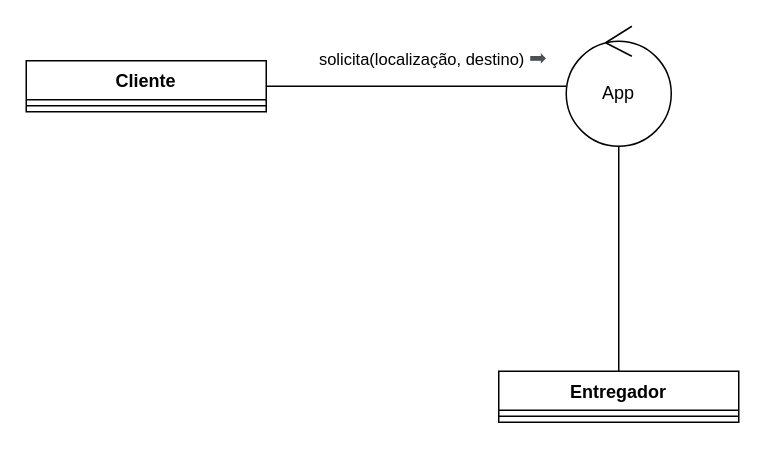
bruniculos08/SOFT003 keeps this draw.io diagram as Diagrama de Colaboração.drawio. Above is the earlier version. Source tidied: cells renumbered, new cells numbered last; positions are measured from the earlier drawing's top-left corner, leaving out a move shared by most shapes. Both pictures are drawn from the tidied source at 150%, with x=0, y=0 at pixel (26, 26).
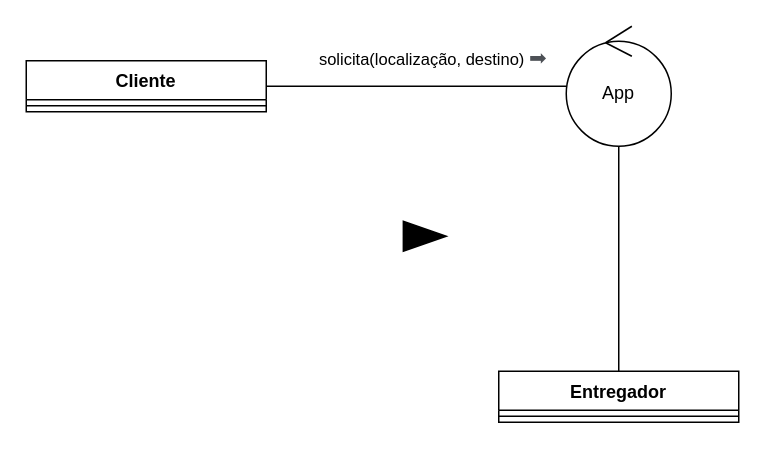
After the change.

Diff of the diagram source:
```diff
@@
 <mxGraphModel>
   <root>
     <mxCell id="0" />
     <mxCell id="1" parent="0" />
     <mxCell id="2" value="Cliente" style="swimlane;fontStyle=1;align=center;verticalAlign=top;horizontal=1;startSize=26;" parent="1" vertex="1">
       <mxGeometry y="23" width="160" height="34" as="geometry" />
     </mxCell>
     <mxCell id="3" style="line;strokeWidth=1;fillColor=none;align=left;verticalAlign=middle;spacingTop=-1;spacingLeft=3;spacingRight=3;labelPosition=right;" parent="2" vertex="1">
       <mxGeometry y="26" width="160" height="8" as="geometry" />
     </mxCell>
     <mxCell id="4" value="Entregador" style="swimlane;fontStyle=1;align=center;verticalAlign=top;horizontal=1;startSize=26;" parent="1" vertex="1">
       <mxGeometry x="315" y="230" width="160" height="34" as="geometry" />
     </mxCell>
     <mxCell id="5" style="line;strokeWidth=1;fillColor=none;align=left;verticalAlign=middle;spacingTop=-1;spacingLeft=3;spacingRight=3;labelPosition=right;" parent="4" vertex="1">
       <mxGeometry y="26" width="160" height="8" as="geometry" />
     </mxCell>
     <mxCell id="6" style="edgeStyle=orthogonalEdgeStyle;rounded=0;jettySize=auto;html=1;entryX=1;entryY=0.5;entryDx=0;entryDy=0;endArrow=none;endFill=0;" parent="1" edge="1" source="9" target="2">
       <mxGeometry relative="1" as="geometry" />
     </mxCell>
     <mxCell id="7" value="solicita(localização, destino)&amp;nbsp;&lt;span style=&quot;color: rgb(77, 81, 86); font-family: arial, sans-serif; font-size: 14px; text-align: left;&quot;&gt;➡&lt;/span&gt;" style="edgeLabel;html=1;align=center;verticalAlign=middle;" parent="6" vertex="1">
       <mxGeometry x="0.29" y="-2" relative="1" as="geometry">
         <mxPoint x="39" y="-18" as="offset" />
       </mxGeometry>
     </mxCell>
     <mxCell id="8" style="edgeStyle=orthogonalEdgeStyle;rounded=0;jettySize=auto;html=1;endArrow=none;endFill=0;" parent="1" edge="1" source="9" target="4">
       <mxGeometry relative="1" as="geometry" />
     </mxCell>
     <mxCell id="9" value="App" style="ellipse;shape=umlControl;whiteSpace=wrap;html=1;gradientColor=none;fillColor=default;" parent="1" vertex="1">
       <mxGeometry x="360" width="70" height="80" as="geometry" />
     </mxCell>
+    <mxCell id="10" style="html=1;shadow=0;dashed=0;align=center;verticalAlign=middle;shape=mxgraph.arrows2.arrow;dy=0.6;dx=40;notch=0;fillColor=#000000;gradientColor=none;" parent="1" vertex="1">
+      <mxGeometry x="251.4" y="130" width="28.6" height="20" as="geometry" />
+    </mxCell>
   </root>
 </mxGraphModel>
```
